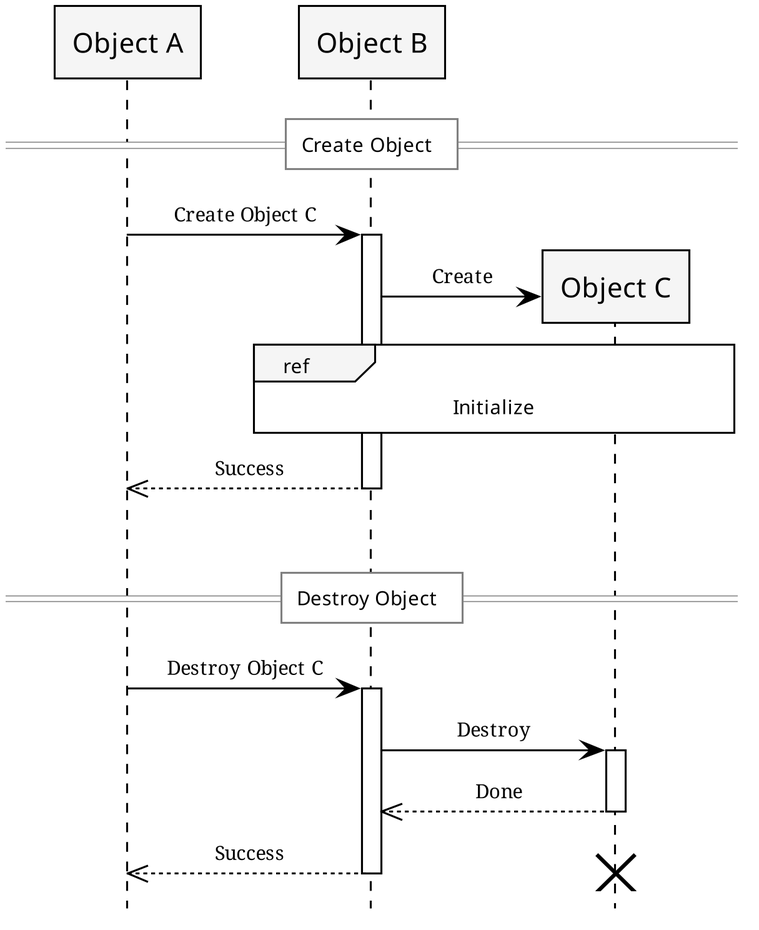
Before: content/remark/2018/12/plantuml-2-sequence-diagram/create.png, a diagram exported from PlantUML (spiegel-im-spiegel/github-pages-env). Its source is kept beside it as content/remark/2018/12/plantuml-2-sequence-diagram/create.puml.
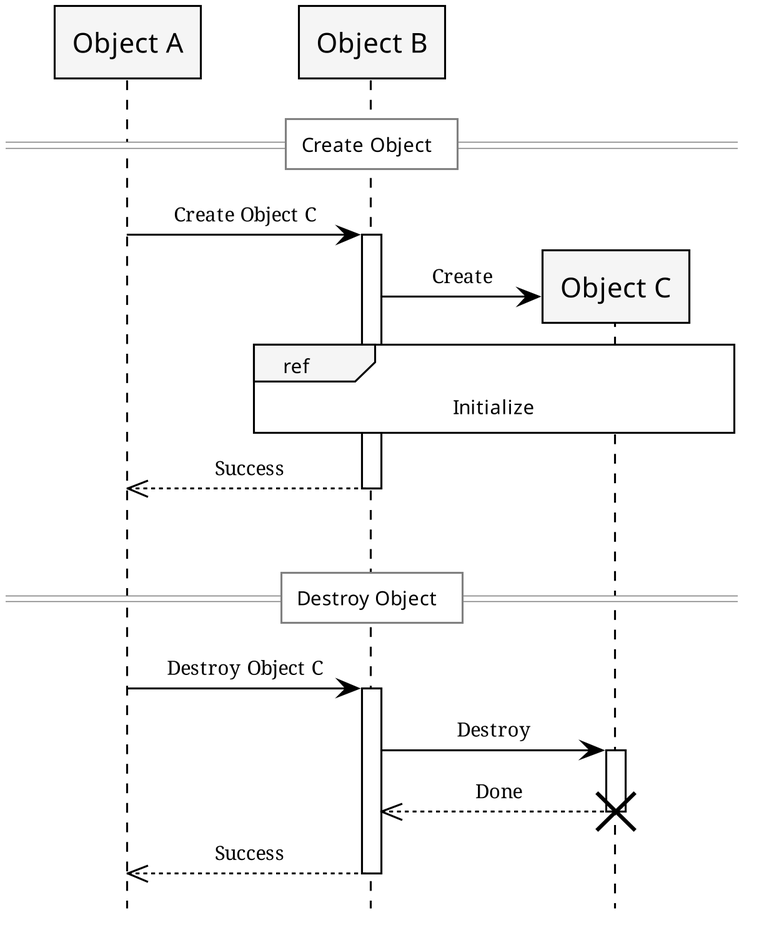
After the commit.

Commit message:
Modified entry (sequence-diagram)

Change to the diagram source:
```diff
@@ -29,9 +29,9 @@
 
 B<<--C : Done
 deactivate C
+destroy C
 
 A <<-- B : Success
 deactivate B
-destroy C
 
 @enduml
```
